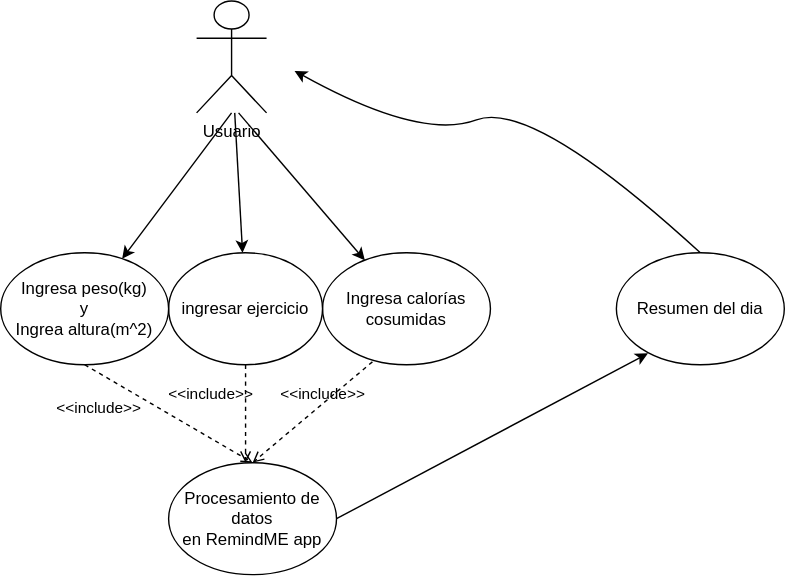
The draw.io diagram Docs/diagrams/usecases/UGC-RF2SeguimientoDeCalorias.svg in Chicledot/remindme, before a commit. Source tidied: cells renumbered, new cells last; positions are measured from the earlier drawing's top-left corner, leaving out a move shared by most shapes.
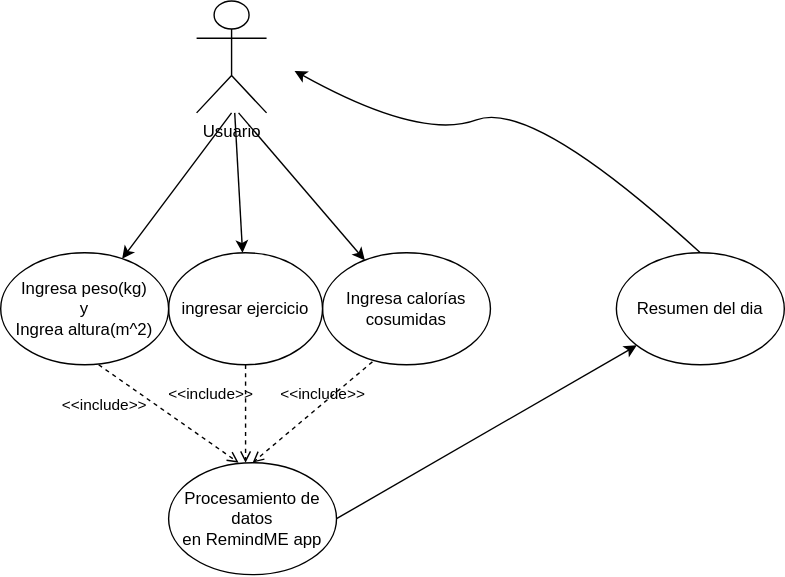
Above is the later version.

The edit, as a diff of the source:
```diff
@@ -42,8 +42,9 @@
     <mxCell id="11" value="&lt;div&gt;Procesamiento de datos&lt;br&gt;en RemindME app&lt;/div&gt;" style="ellipse;whiteSpace=wrap;html=1;" parent="1" vertex="1">
       <mxGeometry x="120" y="330" width="120" height="80" as="geometry" />
     </mxCell>
-    <mxCell id="12" value="&amp;lt;&amp;lt;include&amp;gt;&amp;gt;" style="html=1;verticalAlign=bottom;labelBackgroundColor=none;endArrow=open;endFill=0;dashed=1;rounded=0;exitX=0.5;exitY=1;exitDx=0;exitDy=0;entryX=0.5;entryY=0;entryDx=0;entryDy=0;" parent="1" edge="1" source="9" target="11">
+    <mxCell id="12" value="&amp;lt;&amp;lt;include&amp;gt;&amp;gt;" style="html=1;verticalAlign=bottom;labelBackgroundColor=none;endArrow=open;endFill=0;dashed=1;rounded=0;entryX=0.417;entryY=0;entryDx=0;entryDy=0;entryPerimeter=0;" parent="1" edge="1" target="11">
       <mxGeometry x="-0.59" y="-30" relative="1" as="geometry">
+        <mxPoint x="70" y="260" as="sourcePoint" />
         <mxPoint y="-1" as="offset" />
       </mxGeometry>
     </mxCell>
@@ -58,7 +59,7 @@
         <mxPoint x="-1" as="offset" />
       </mxGeometry>
     </mxCell>
-    <mxCell id="15" style="endArrow=classic;html=1;rounded=0;entryX=0.188;entryY=0.898;entryDx=0;entryDy=0;entryPerimeter=0;exitX=1;exitY=0.5;exitDx=0;exitDy=0;" parent="1" edge="1" source="11" target="10">
+    <mxCell id="15" style="endArrow=classic;html=1;rounded=0;exitX=1;exitY=0.5;exitDx=0;exitDy=0;" parent="1" edge="1" source="11" target="10">
       <mxGeometry relative="1" as="geometry" />
     </mxCell>
   </root>
```
